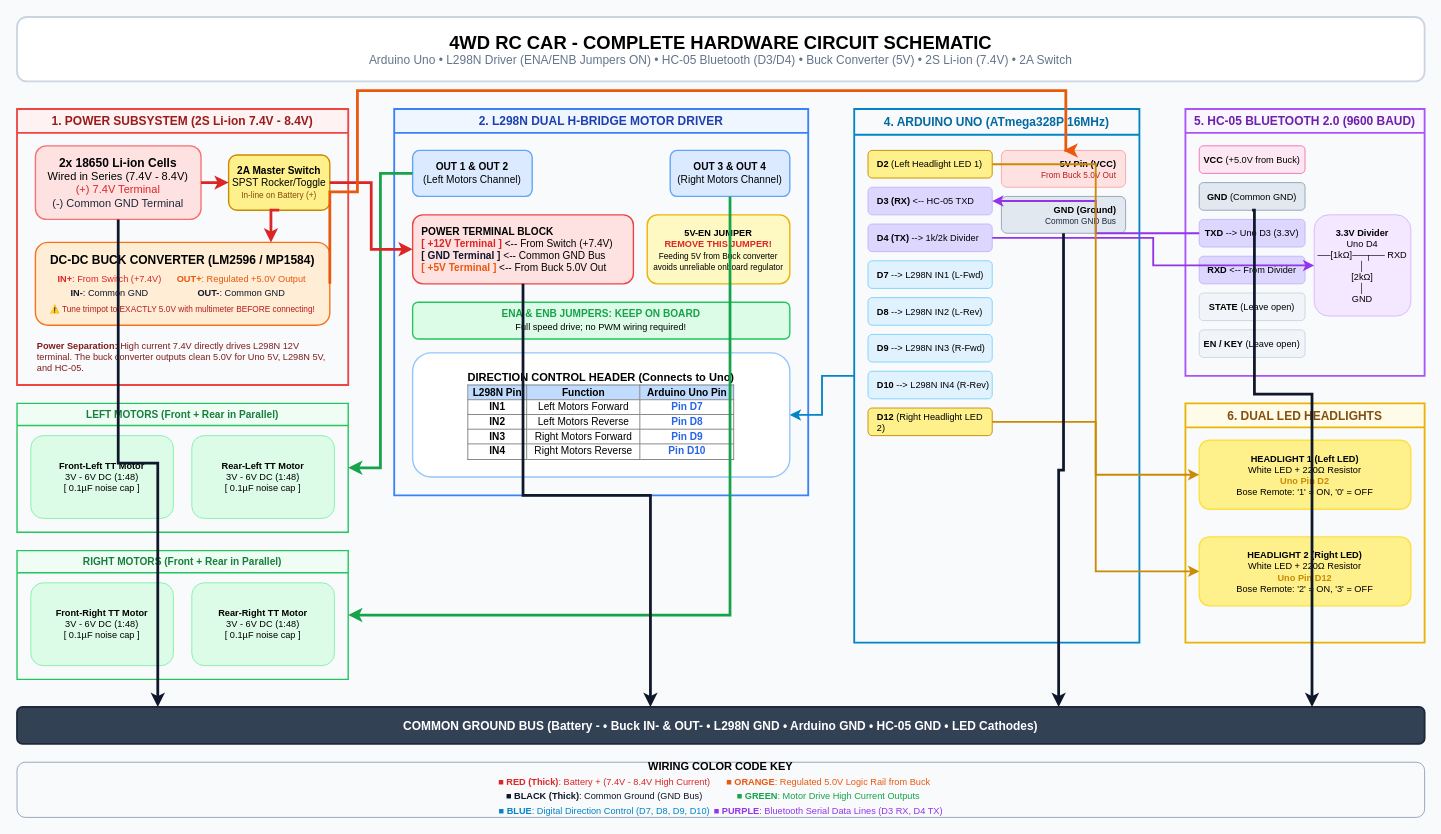
The draw.io diagram docs/circuit_diagram.drawio in Pandi2352/bluetooth, before the edit. Source tidied: cells renumbered, new cells numbered last; positions are measured from the earlier drawing's top-left corner, leaving out a move shared by most shapes. Both pictures are drawn from the tidied source at 92%, with x=0, y=0 at pixel (17, 17).
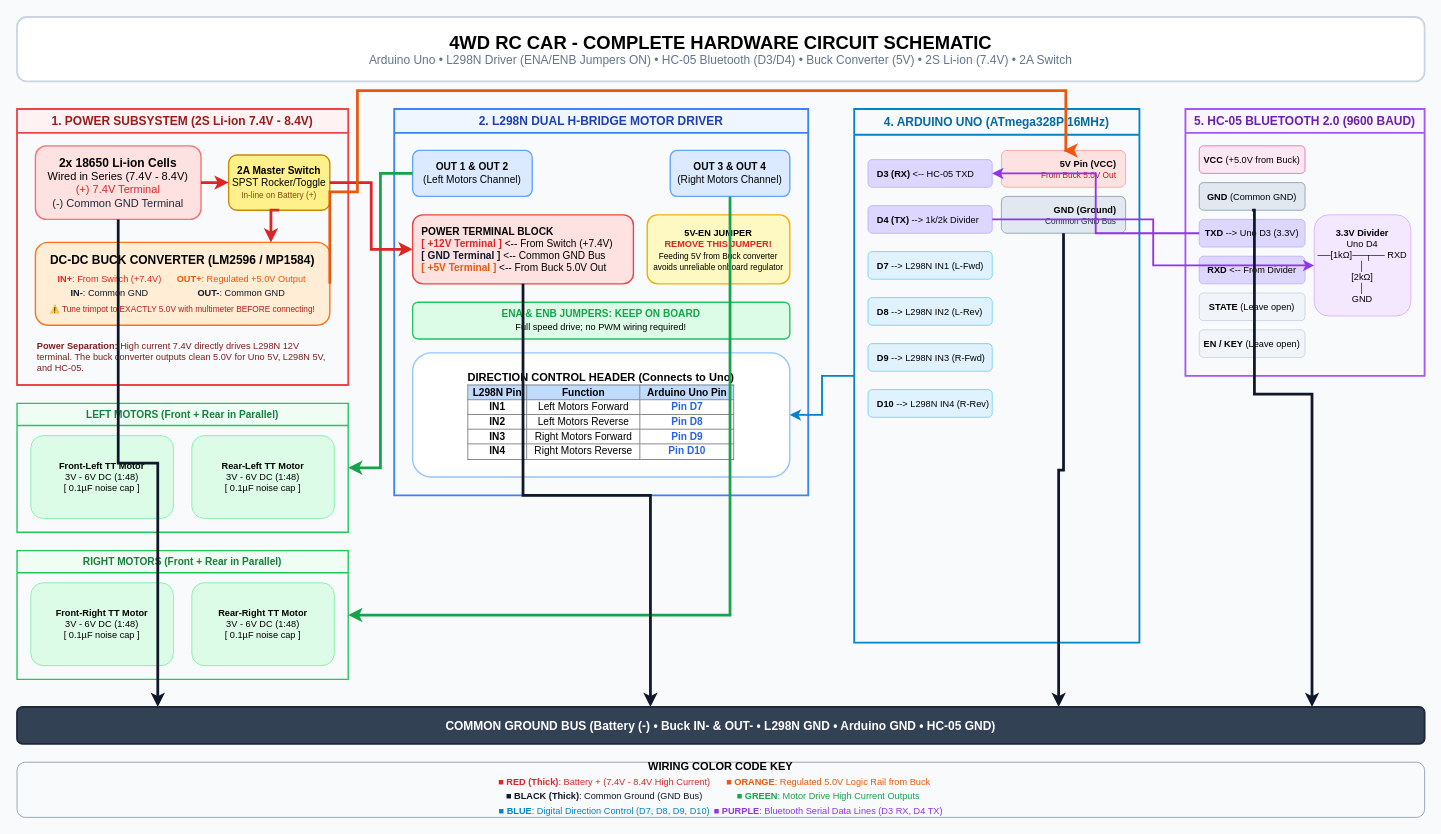
Above is the later version.

Commit message (it also covers changes not shown here):
fix(remote): remove light controls, add sequential BLE queue and dual tap/hold drive modes for 4-motor RC car

The change refers to these unchanged cells:
```xml
<mxCell id="26" value="4. ARDUINO UNO (ATmega328P 16MHz)" style="swimlane;whiteSpace=wrap;html=1;fillColor=#f8fafc;strokeColor=#0284c7;strokeWidth=2;fontStyle=1;startSize=28;fontSize=13;fontColor=#0369a1;" parent="1" vertex="1">
  <mxGeometry x="910" y="100" width="310" height="580" as="geometry" />
</mxCell>
```

Change to the diagram source:
```diff
@@
-    <mxCell id="27" value="&lt;b&gt;D2&lt;/b&gt; (Left Headlight LED 1)" style="rounded=1;whiteSpace=wrap;html=1;fillColor=#fef08a;strokeColor=#ca8a04;fontSize=10;align=left;spacingLeft=8;" parent="26" vertex="1">
-      <mxGeometry x="15" y="45" width="135" height="30" as="geometry" />
-    </mxCell>
     <mxCell id="28" value="&lt;b&gt;D3 (RX)&lt;/b&gt; &amp;lt;-- HC-05 TXD" style="rounded=1;whiteSpace=wrap;html=1;fillColor=#ddd6fe;strokeColor=#c4b5fd;fontSize=10;align=left;spacingLeft=8;" parent="26" vertex="1">
-      <mxGeometry x="15" y="85" width="135" height="30" as="geometry" />
+      <mxGeometry x="15" y="55" width="135" height="30" as="geometry" />
     </mxCell>
     <mxCell id="29" value="&lt;b&gt;D4 (TX)&lt;/b&gt; --&amp;gt; 1k/2k Divider" style="rounded=1;whiteSpace=wrap;html=1;fillColor=#ddd6fe;strokeColor=#c4b5fd;fontSize=10;align=left;spacingLeft=8;" parent="26" vertex="1">
-      <mxGeometry x="15" y="125" width="135" height="30" as="geometry" />
+      <mxGeometry x="15" y="105" width="135" height="30" as="geometry" />
     </mxCell>
     <mxCell id="30" value="&lt;b&gt;D7&lt;/b&gt; --&amp;gt; L298N IN1 (L-Fwd)" style="rounded=1;whiteSpace=wrap;html=1;fillColor=#e0f2fe;strokeColor=#7dd3fc;fontSize=10;align=left;spacingLeft=8;" parent="26" vertex="1">
-      <mxGeometry x="15" y="165" width="135" height="30" as="geometry" />
+      <mxGeometry x="15" y="155" width="135" height="30" as="geometry" />
     </mxCell>
@@
     <mxCell id="32" value="&lt;b&gt;D9&lt;/b&gt; --&amp;gt; L298N IN3 (R-Fwd)" style="rounded=1;whiteSpace=wrap;html=1;fillColor=#e0f2fe;strokeColor=#7dd3fc;fontSize=10;align=left;spacingLeft=8;" parent="26" vertex="1">
-      <mxGeometry x="15" y="245" width="135" height="30" as="geometry" />
+      <mxGeometry x="15" y="255" width="135" height="30" as="geometry" />
     </mxCell>
     <mxCell id="33" value="&lt;b&gt;D10&lt;/b&gt; --&amp;gt; L298N IN4 (R-Rev)" style="rounded=1;whiteSpace=wrap;html=1;fillColor=#e0f2fe;strokeColor=#7dd3fc;fontSize=10;align=left;spacingLeft=8;" parent="26" vertex="1">
-      <mxGeometry x="15" y="285" width="135" height="30" as="geometry" />
+      <mxGeometry x="15" y="305" width="135" height="30" as="geometry" />
     </mxCell>
-    <mxCell id="34" value="&lt;b&gt;D12&lt;/b&gt; (Right Headlight LED 2)" style="rounded=1;whiteSpace=wrap;html=1;fillColor=#fef08a;strokeColor=#ca8a04;fontSize=10;align=left;spacingLeft=8;" parent="26" vertex="1">
-      <mxGeometry x="15" y="325" width="135" height="30" as="geometry" />
-    </mxCell>
@@
-    <mxCell id="49" value="6. DUAL LED HEADLIGHTS" style="swimlane;whiteSpace=wrap;html=1;fillColor=#fefce8;strokeColor=#eab308;strokeWidth=2;fontStyle=1;startSize=26;fontSize=13;fontColor=#854d0e;" parent="1" vertex="1">
-      <mxGeometry x="1270" y="420" width="260" height="260" as="geometry" />
-    </mxCell>
-    <mxCell id="50" value="&lt;b&gt;HEADLIGHT 1 (Left LED)&lt;/b&gt;&lt;br&gt;White LED + 220Ω Resistor&lt;br&gt;&lt;b style=&quot;color:#ca8a04;&quot;&gt;Uno Pin D2&lt;/b&gt;&lt;br&gt;Bose Remote: '1' = ON, '0' = OFF" style="rounded=1;whiteSpace=wrap;html=1;fillColor=#fef08a;strokeColor=#fde047;strokeWidth=1.5;fontSize=10;" parent="49" vertex="1">
-      <mxGeometry x="15" y="40" width="230" height="75" as="geometry" />
-    </mxCell>
-    <mxCell id="51" value="&lt;b&gt;HEADLIGHT 2 (Right LED)&lt;/b&gt;&lt;br&gt;White LED + 220Ω Resistor&lt;br&gt;&lt;b style=&quot;color:#ca8a04;&quot;&gt;Uno Pin D12&lt;/b&gt;&lt;br&gt;Bose Remote: '2' = ON, '3' = OFF" style="rounded=1;whiteSpace=wrap;html=1;fillColor=#fef08a;strokeColor=#fde047;strokeWidth=1.5;fontSize=10;" parent="49" vertex="1">
-      <mxGeometry x="15" y="145" width="230" height="75" as="geometry" />
-    </mxCell>
-    <mxCell id="52" style="edgeStyle=orthogonalEdgeStyle;rounded=0;jettySize=auto;html=1;exitX=1;exitY=0.5;exitDx=0;exitDy=0;entryX=0;entryY=0.5;entryDx=0;entryDy=0;strokeColor=#ca8a04;strokeWidth=2;" parent="1" edge="1" source="27" target="50">
-      <mxGeometry relative="1" as="geometry" />
-    </mxCell>
-    <mxCell id="53" style="edgeStyle=orthogonalEdgeStyle;rounded=0;jettySize=auto;html=1;exitX=1;exitY=0.5;exitDx=0;exitDy=0;entryX=0;entryY=0.5;entryDx=0;entryDy=0;strokeColor=#ca8a04;strokeWidth=2;" parent="1" edge="1" source="34" target="51">
-      <mxGeometry relative="1" as="geometry" />
-    </mxCell>
-    <mxCell id="54" value="&lt;b style=&quot;font-size: 13px;&quot;&gt;COMMON GROUND BUS (Battery - • Buck IN- &amp;amp; OUT- • L298N GND • Arduino GND • HC-05 GND • LED Cathodes)&lt;/b&gt;" style="rounded=1;whiteSpace=wrap;html=1;fillColor=#334155;strokeColor=#1e293b;strokeWidth=2;fontColor=#ffffff;align=center;verticalAlign=middle;" parent="1" vertex="1">
+    <mxCell id="54" value="&lt;b style=&quot;font-size: 13px;&quot;&gt;COMMON GROUND BUS (Battery (-) • Buck IN- &amp;amp; OUT- • L298N GND • Arduino GND • HC-05 GND)&lt;/b&gt;" style="rounded=1;whiteSpace=wrap;html=1;fillColor=#334155;strokeColor=#1e293b;strokeWidth=2;fontColor=#ffffff;align=center;verticalAlign=middle;" parent="1" vertex="1">
       <mxGeometry y="750" width="1530" height="40" as="geometry" />
     </mxCell>
```
